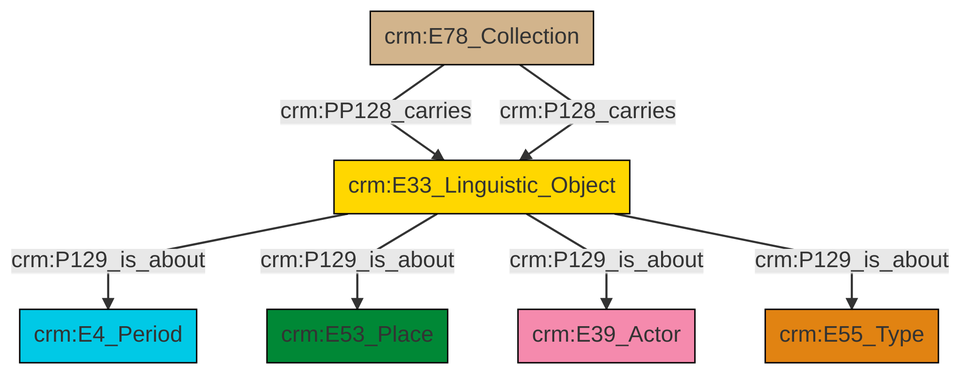
Above: et/archivalCSV/ttl/mmd/png/archival_aboutness.png in swiss-art-research-net/docs.swissartresearch (Mermaid), before the change. Its source is kept beside it as et/archivalCSV/ttl/mmd/archival_aboutness.ttl.mmd.
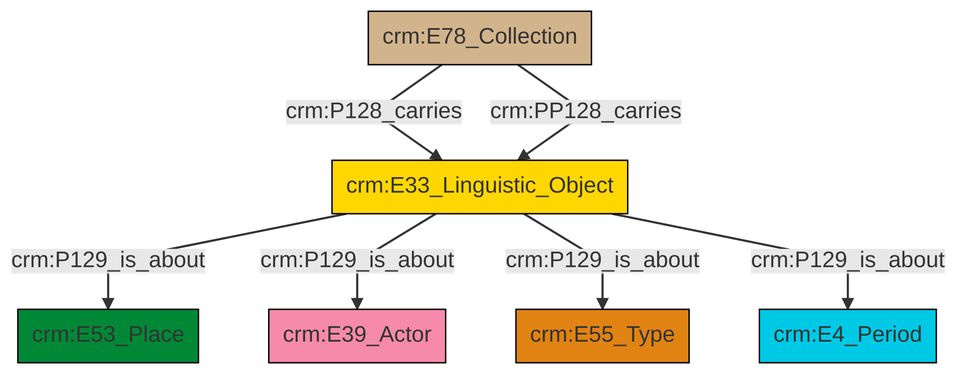
The same file after the commit.

The edit, as a diff of the source:
```diff
@@ -13,9 +13,9 @@
 classDef PC_Classes fill:#4ce600, stroke:#000000;
 classDef Multi fill:#cccccc,stroke:#000000;
 
-2["crm:E78_Collection"]:::Physical_Thing -->|crm:PP128_carries| 0["crm:E33_Linguistic_Object"]:::Conceptual_Object
-0["crm:E33_Linguistic_Object"]:::Conceptual_Object -->|crm:P129_is_about| 6["crm:E4_Period"]:::Temporal_Entity
-2["crm:E78_Collection"]:::Physical_Thing -->|crm:P128_carries| 0["crm:E33_Linguistic_Object"]:::Conceptual_Object
 0["crm:E33_Linguistic_Object"]:::Conceptual_Object -->|crm:P129_is_about| 4["crm:E53_Place"]:::Place
-0["crm:E33_Linguistic_Object"]:::Conceptual_Object -->|crm:P129_is_about| 10["crm:E39_Actor"]:::Actor
-0["crm:E33_Linguistic_Object"]:::Conceptual_Object -->|crm:P129_is_about| 7["crm:E55_Type"]:::Type
+0["crm:E33_Linguistic_Object"]:::Conceptual_Object -->|crm:P129_is_about| 5["crm:E39_Actor"]:::Actor
+0["crm:E33_Linguistic_Object"]:::Conceptual_Object -->|crm:P129_is_about| 10["crm:E55_Type"]:::Type
+0["crm:E33_Linguistic_Object"]:::Conceptual_Object -->|crm:P129_is_about| 2["crm:E4_Period"]:::Temporal_Entity
+8["crm:E78_Collection"]:::Physical_Thing -->|crm:P128_carries| 0["crm:E33_Linguistic_Object"]:::Conceptual_Object
+8["crm:E78_Collection"]:::Physical_Thing -->|crm:PP128_carries| 0["crm:E33_Linguistic_Object"]:::Conceptual_Object
```
